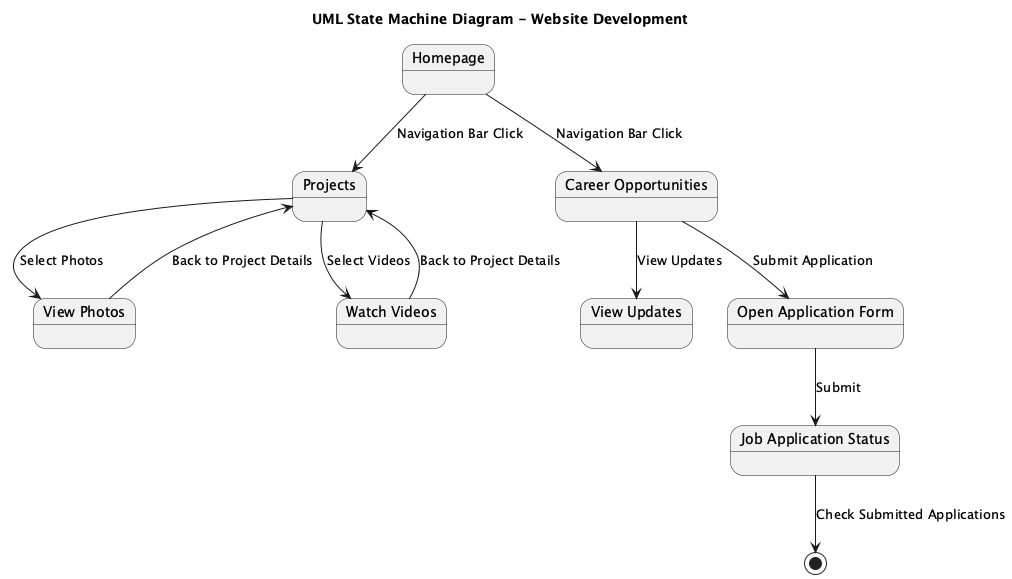
The PlantUML diagram results/plantuml_pipeline/ensemble_stacked_llm/runs/ensemble__all_methods__candidate_pool__stacked_llm/case_39_website_development/ensemble.png in maimunafaria/State_transition_Diagram_generated_by_LLM, before a commit.
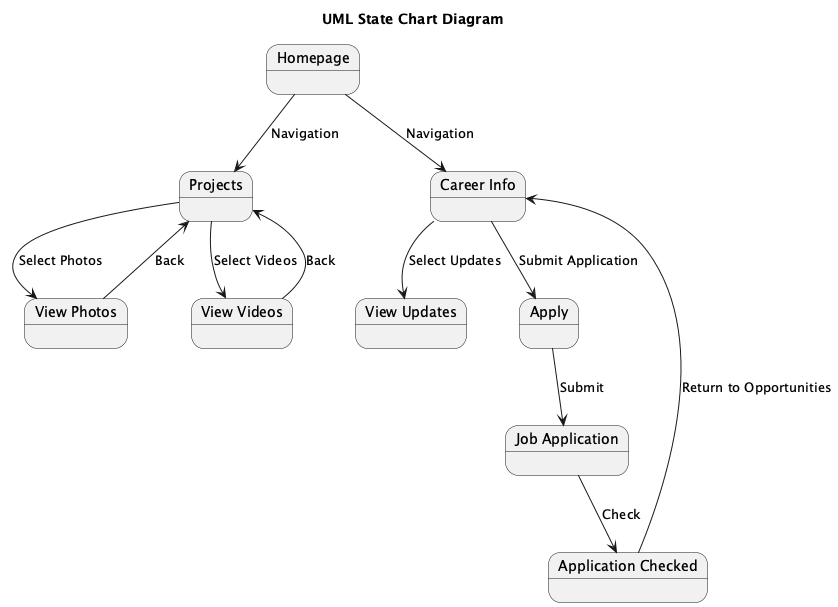
After the change.

What changed in the source:
```diff
@@ -1,25 +1,28 @@
 @startuml
-title UML State Machine Diagram - Website Development
+title UML State Chart Diagram
 
 state "Homepage" as Homepage
 state "Projects" as Projects
 state "View Photos" as ViewPhotos
-state "Watch Videos" as WatchVideos
-state "Career Opportunities" as CareerOpportunities
+state "View Videos" as ViewVideos
+state "Career Info" as CareerInfo
 state "View Updates" as ViewUpdates
-state "Open Application Form" as OpenApplicationForm
-state "Job Application Status" as JobApplicationStatus
+state "Apply" as Apply
+state "Job Application" as JobApplication
+state "Application Checked" as ApplicationChecked
 
-Homepage --> Projects : Navigation Bar Click
+Homepage --> Projects : Navigation
+Homepage --> CareerInfo : Navigation
+
 Projects --> ViewPhotos : Select Photos
-Projects --> WatchVideos : Select Videos
-ViewPhotos --> Projects : Back to Project Details
-WatchVideos --> Projects : Back to Project Details
+Projects --> ViewVideos : Select Videos
+ViewPhotos --> Projects : Back
+ViewVideos --> Projects : Back
 
-Homepage --> CareerOpportunities : Navigation Bar Click
-CareerOpportunities --> ViewUpdates : View Updates
-CareerOpportunities --> OpenApplicationForm : Submit Application
-OpenApplicationForm --> JobApplicationStatus : Submit
-JobApplicationStatus --> [*] : Check Submitted Applications
+CareerInfo --> ViewUpdates : Select Updates
+CareerInfo --> Apply : Submit Application
+Apply --> JobApplication : Submit
+JobApplication --> ApplicationChecked : Check
+ApplicationChecked --> CareerInfo : Return to Opportunities
 
 @enduml
```
